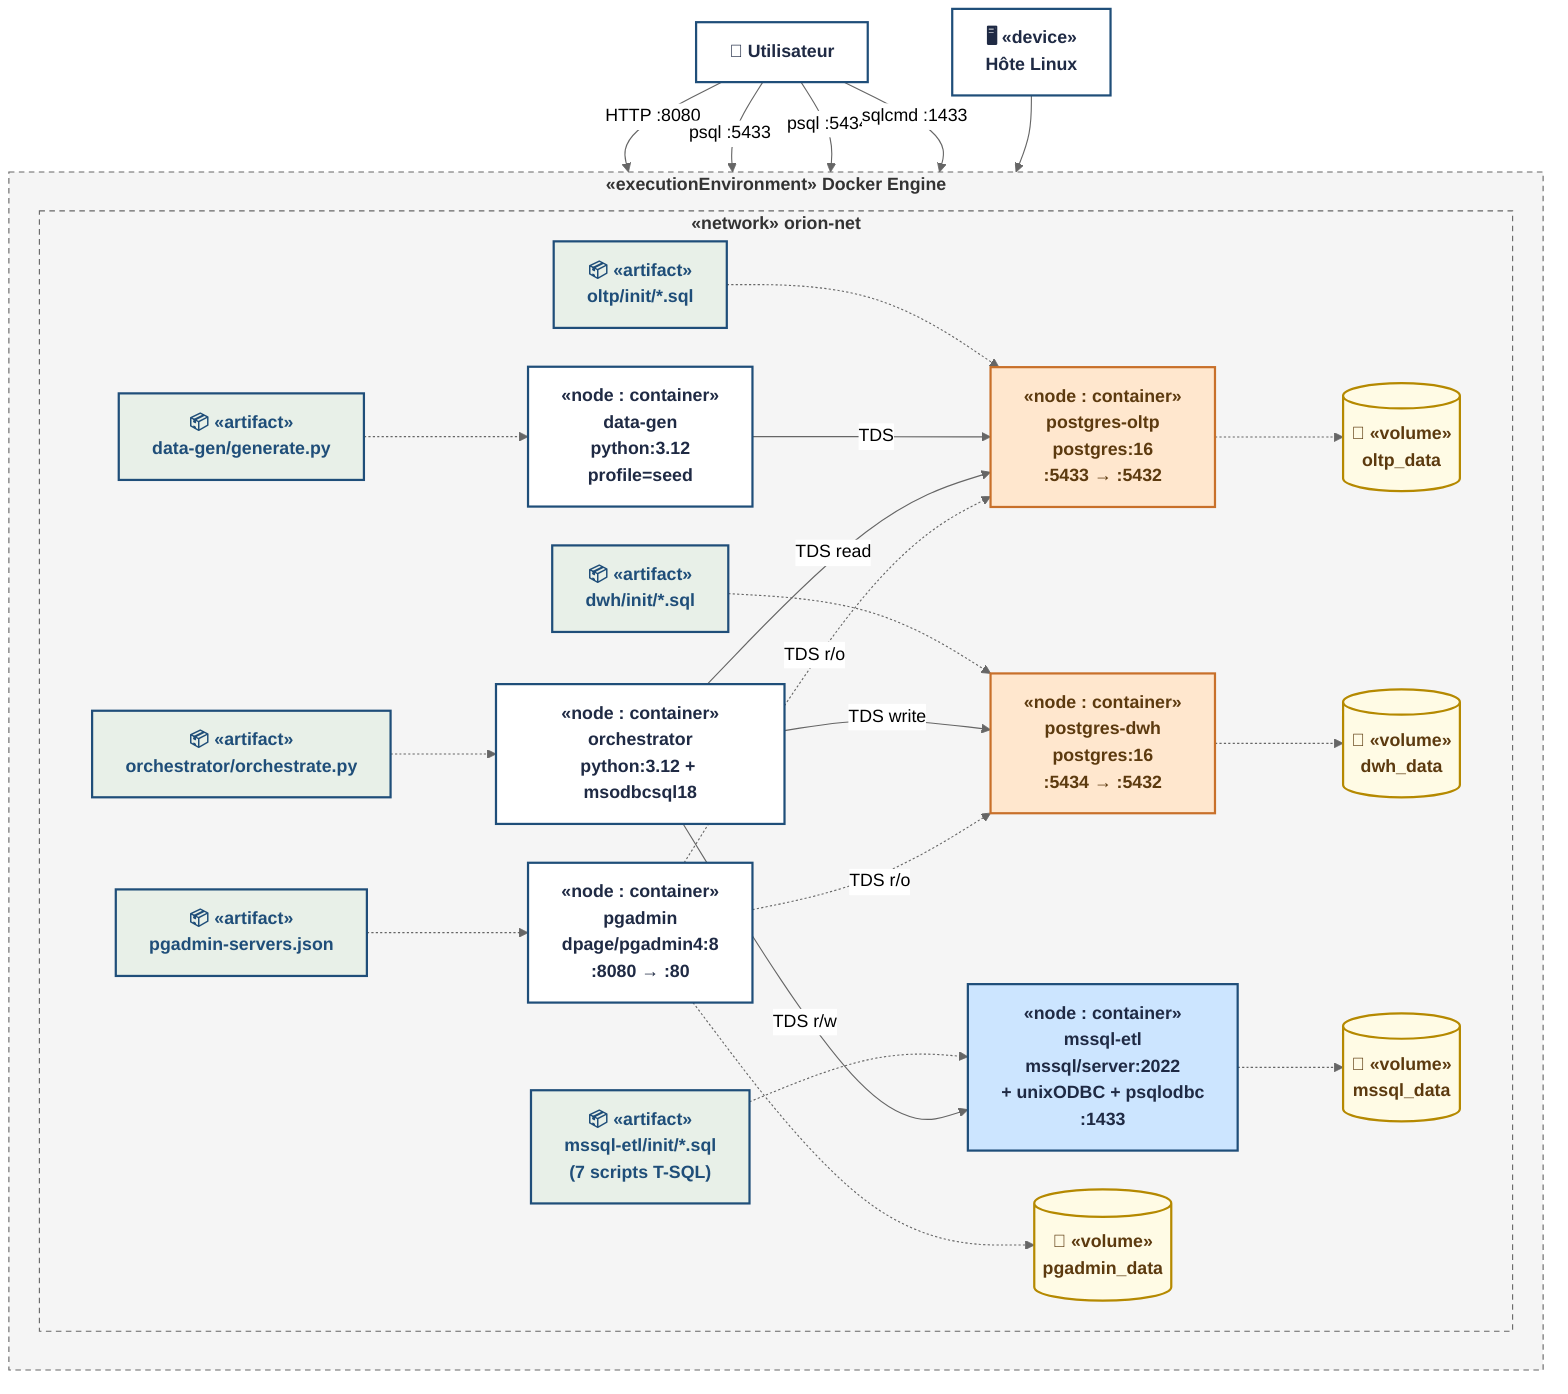
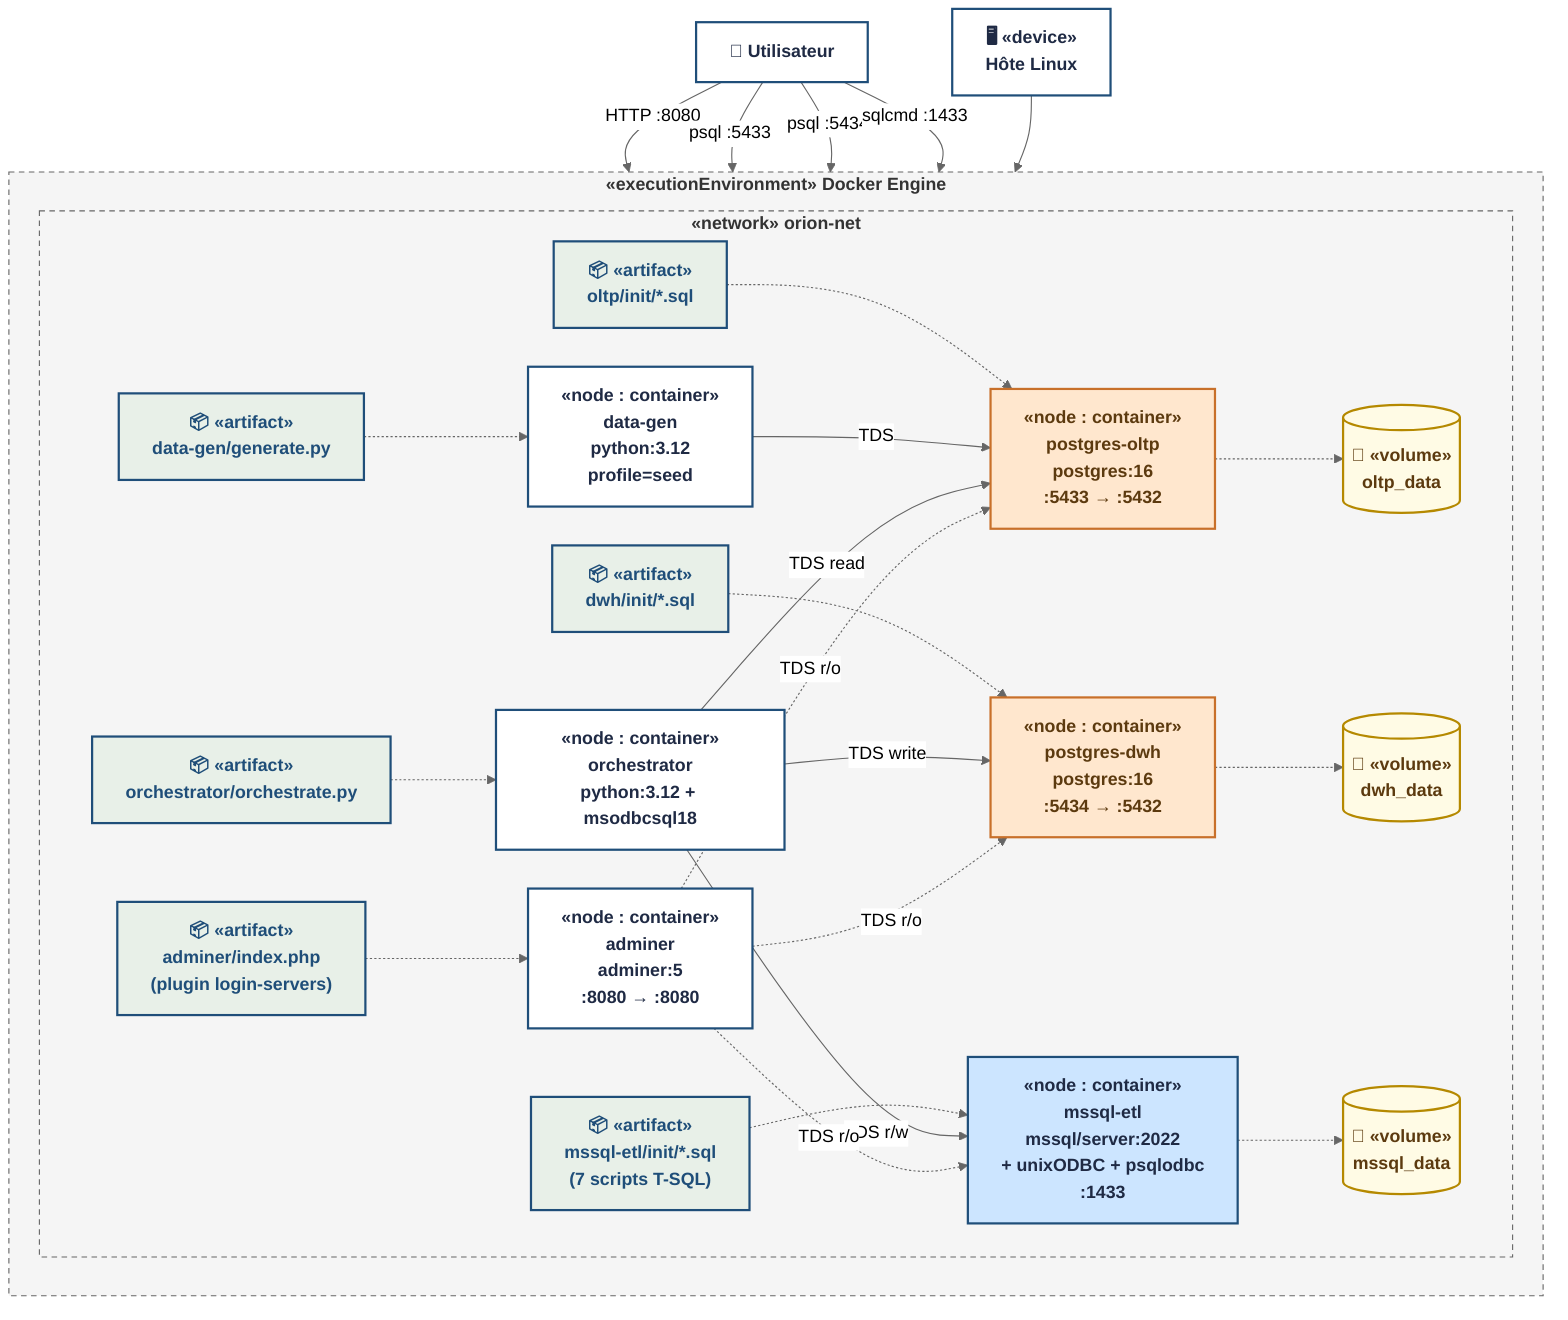
%%{init: {"theme":"neutral","flowchart":{"curve":"basis","htmlLabels":true,"nodeSpacing":35,"rankSpacing":45}}}%%
flowchart TB
    classDef node   fill:#FFF,stroke:#1F4E79,stroke-width:2px,color:#1F2A44,font-weight:bold
    classDef ms     fill:#CCE5FF,stroke:#1F4E79,stroke-width:2px,color:#1F2A44,font-weight:bold
    classDef pg     fill:#FFE7CE,stroke:#C8702A,stroke-width:2px,color:#5C3A0F,font-weight:bold
    classDef art    fill:#E8F0E8,stroke:#1F4E79,color:#1F4E79
    classDef vol    fill:#FFFBE5,stroke:#B58900,color:#5C3A0F
    classDef net    fill:#F5F5F5,stroke:#666,stroke-dasharray:5 4,color:#333,font-weight:bold

    HOST["🖥 «device»<br/><b>Hôte Linux</b>"]:::node

    subgraph DOCKER ["«executionEnvironment» Docker Engine"]
      direction TB

      subgraph NET ["«network» orion-net"]
        direction LR

        N1["«node : container»<br/><b>postgres-oltp</b><br/>postgres:16<br/>:5433 → :5432"]:::pg
        N2["«node : container»<br/><b>postgres-dwh</b><br/>postgres:16<br/>:5434 → :5432"]:::pg
        N3["«node : container»<br/><b>mssql-etl</b><br/>mssql/server:2022<br/>+ unixODBC + psqlodbc<br/>:1433"]:::ms
        N4["«node : container»<br/><b>orchestrator</b><br/>python:3.12 + msodbcsql18"]:::node
        N5["«node : container»<br/><b>data-gen</b><br/>python:3.12<br/>profile=seed"]:::node
-         N6["«node : container»<br/><b>pgadmin</b><br/>dpage/pgadmin4:8<br/>:8080 → :80"]:::node
+         N6["«node : container»<br/><b>adminer</b><br/>adminer:5<br/>:8080 → :8080"]:::node

        A1["📦 «artifact»<br/>oltp/init/*.sql"]:::art
        A2["📦 «artifact»<br/>dwh/init/*.sql"]:::art
        A3["📦 «artifact»<br/>mssql-etl/init/*.sql<br/>(7 scripts T-SQL)"]:::art
        A4["📦 «artifact»<br/>orchestrator/orchestrate.py"]:::art
        A5["📦 «artifact»<br/>data-gen/generate.py"]:::art
-         A6["📦 «artifact»<br/>pgadmin-servers.json"]:::art
+         A6["📦 «artifact»<br/>adminer/index.php<br/>(plugin login-servers)"]:::art

        V1[("💾 «volume»<br/>oltp_data")]:::vol
        V2[("💾 «volume»<br/>dwh_data")]:::vol
        V3[("💾 «volume»<br/>mssql_data")]:::vol
-         V4[("💾 «volume»<br/>pgadmin_data")]:::vol

        A1 -.-> N1
        A2 -.-> N2
        A3 -.-> N3
        A4 -.-> N4
        A5 -.-> N5
        A6 -.-> N6

        N1 -.-> V1
        N2 -.-> V2
        N3 -.-> V3
-         N6 -.-> V4
      end
    end

    HOST --> DOCKER

    USR["👤 Utilisateur"]:::node
    USR -- "HTTP :8080"   --> N6
    USR -- "psql :5433"   --> N1
    USR -- "psql :5434"   --> N2
    USR -- "sqlcmd :1433" --> N3

    N5 -- "TDS"      --> N1
    N4 -- "TDS read" --> N1
    N4 -- "TDS r/w"  --> N3
    N4 -- "TDS write"--> N2
    N6 -. "TDS r/o"  .-> N1
    N6 -. "TDS r/o"  .-> N2
+     N6 -. "TDS r/o"  .-> N3

    class NET net
    class DOCKER net
